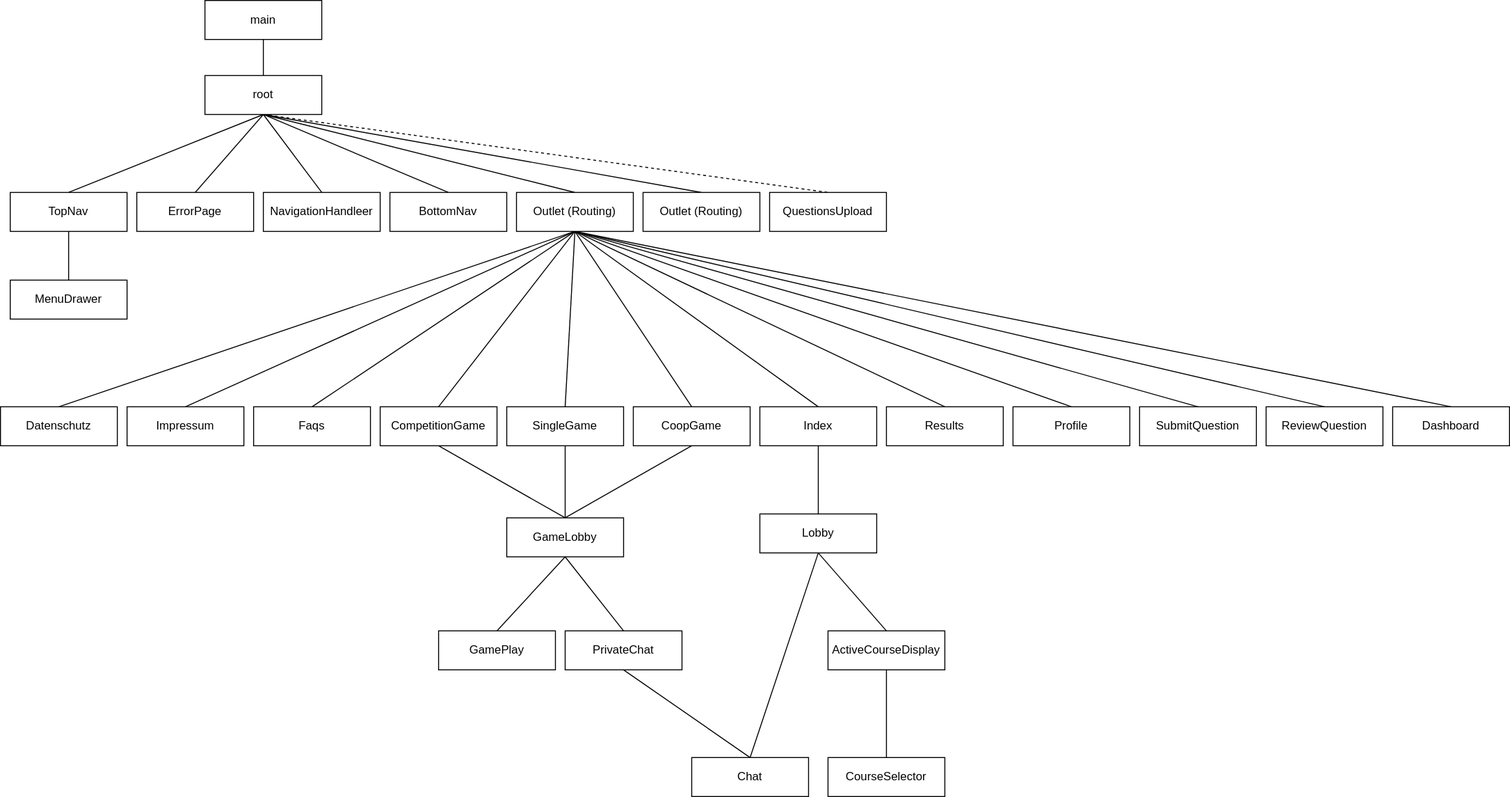
Above: Docs/components.drawio.svg in A-Gruber-IU/ISEF01-Quiz (draw.io), before the change. Source tidied: cells renumbered, new cells last; positions are measured from the earlier drawing's top-left corner, leaving out a move shared by most shapes. Source of this version:
```xml
<mxGraphModel background="#ffffff">
  <root>
    <mxCell id="0" />
    <mxCell id="1" parent="0" />
    <mxCell id="2" style="edgeStyle=none;html=1;exitX=0.5;exitY=1;exitDx=0;exitDy=0;entryX=0.5;entryY=0;entryDx=0;entryDy=0;endArrow=none;endFill=0;" parent="1" edge="1" source="25" target="27">
      <mxGeometry relative="1" as="geometry" />
    </mxCell>
    <mxCell id="3" value="NavigationHandleer" style="rounded=0;whiteSpace=wrap;html=1;" parent="1" vertex="1">
      <mxGeometry x="270" y="197" width="120" height="40" as="geometry" />
    </mxCell>
    <mxCell id="4" style="edgeStyle=none;html=1;exitX=0.5;exitY=1;exitDx=0;exitDy=0;entryX=0.5;entryY=0;entryDx=0;entryDy=0;endArrow=none;endFill=0;" parent="1" edge="1" source="11" target="3">
      <mxGeometry relative="1" as="geometry" />
    </mxCell>
    <mxCell id="5" style="edgeStyle=none;html=1;exitX=0.5;exitY=1;exitDx=0;exitDy=0;entryX=0.5;entryY=0;entryDx=0;entryDy=0;endArrow=none;endFill=0;" parent="1" edge="1" source="11" target="13">
      <mxGeometry relative="1" as="geometry" />
    </mxCell>
    <mxCell id="6" style="edgeStyle=none;html=1;exitX=0.5;exitY=1;exitDx=0;exitDy=0;entryX=0.5;entryY=0;entryDx=0;entryDy=0;endArrow=none;endFill=0;" parent="1" edge="1" source="11" target="25">
      <mxGeometry relative="1" as="geometry" />
    </mxCell>
    <mxCell id="7" style="edgeStyle=none;html=1;exitX=0.5;exitY=1;exitDx=0;exitDy=0;entryX=0.5;entryY=0;entryDx=0;entryDy=0;endArrow=none;endFill=0;" parent="1" edge="1" source="11" target="14">
      <mxGeometry relative="1" as="geometry" />
    </mxCell>
    <mxCell id="8" style="edgeStyle=none;html=1;exitX=0.5;exitY=1;exitDx=0;exitDy=0;entryX=0.5;entryY=0;entryDx=0;entryDy=0;endArrow=none;endFill=0;dashed=1;" parent="1" edge="1" source="11" target="50">
      <mxGeometry relative="1" as="geometry" />
    </mxCell>
    <mxCell id="9" style="edgeStyle=none;html=1;exitX=0.5;exitY=1;exitDx=0;exitDy=0;entryX=0.5;entryY=0;entryDx=0;entryDy=0;endArrow=none;endFill=0;" parent="1" edge="1" source="11" target="57">
      <mxGeometry relative="1" as="geometry" />
    </mxCell>
    <mxCell id="10" style="edgeStyle=none;html=1;exitX=0.5;exitY=1;exitDx=0;exitDy=0;entryX=0.5;entryY=0;entryDx=0;entryDy=0;endArrow=none;endFill=0;" parent="1" edge="1" source="11" target="61">
      <mxGeometry relative="1" as="geometry" />
    </mxCell>
    <mxCell id="11" value="root" style="rounded=0;whiteSpace=wrap;html=1;" parent="1" vertex="1">
      <mxGeometry x="210" y="77" width="120" height="40" as="geometry" />
    </mxCell>
    <mxCell id="12" style="edgeStyle=none;html=1;exitX=0.5;exitY=1;exitDx=0;exitDy=0;entryX=0.5;entryY=0;entryDx=0;entryDy=0;endArrow=none;endFill=0;" parent="1" edge="1" source="13" target="58">
      <mxGeometry relative="1" as="geometry" />
    </mxCell>
    <mxCell id="13" value="TopNav" style="rounded=0;whiteSpace=wrap;html=1;" parent="1" vertex="1">
      <mxGeometry x="10" y="197" width="120" height="40" as="geometry" />
    </mxCell>
    <mxCell id="14" value="BottomNav" style="rounded=0;whiteSpace=wrap;html=1;" parent="1" vertex="1">
      <mxGeometry x="400" y="197" width="120" height="40" as="geometry" />
    </mxCell>
    <mxCell id="15" style="edgeStyle=none;html=1;exitX=0.5;exitY=1;exitDx=0;exitDy=0;entryX=0.5;entryY=0;entryDx=0;entryDy=0;endArrow=none;endFill=0;" parent="1" edge="1" source="25" target="34">
      <mxGeometry relative="1" as="geometry" />
    </mxCell>
    <mxCell id="16" style="edgeStyle=none;html=1;exitX=0.5;exitY=1;exitDx=0;exitDy=0;entryX=0.5;entryY=0;entryDx=0;entryDy=0;endArrow=none;endFill=0;" parent="1" edge="1" source="25" target="35">
      <mxGeometry relative="1" as="geometry" />
    </mxCell>
    <mxCell id="17" style="edgeStyle=none;html=1;exitX=0.5;exitY=1;exitDx=0;exitDy=0;entryX=0.5;entryY=0;entryDx=0;entryDy=0;endArrow=none;endFill=0;" parent="1" edge="1" source="25" target="38">
      <mxGeometry relative="1" as="geometry" />
    </mxCell>
    <mxCell id="18" style="edgeStyle=none;html=1;exitX=0.5;exitY=1;exitDx=0;exitDy=0;entryX=0.5;entryY=0;entryDx=0;entryDy=0;endArrow=none;endFill=0;" parent="1" edge="1" source="25" target="39">
      <mxGeometry relative="1" as="geometry" />
    </mxCell>
    <mxCell id="19" style="edgeStyle=none;html=1;exitX=0.5;exitY=1;exitDx=0;exitDy=0;entryX=0.5;entryY=0;entryDx=0;entryDy=0;endArrow=none;endFill=0;" parent="1" edge="1" source="25" target="40">
      <mxGeometry relative="1" as="geometry" />
    </mxCell>
    <mxCell id="20" style="edgeStyle=none;html=1;exitX=0.5;exitY=1;exitDx=0;exitDy=0;entryX=0.5;entryY=0;entryDx=0;entryDy=0;endArrow=none;endFill=0;" parent="1" edge="1" source="25" target="41">
      <mxGeometry relative="1" as="geometry" />
    </mxCell>
    <mxCell id="21" style="edgeStyle=none;html=1;exitX=0.5;exitY=1;exitDx=0;exitDy=0;entryX=0.5;entryY=0;entryDx=0;entryDy=0;endArrow=none;endFill=0;" parent="1" edge="1" source="25" target="45">
      <mxGeometry relative="1" as="geometry" />
    </mxCell>
    <mxCell id="22" style="edgeStyle=none;html=1;exitX=0.5;exitY=1;exitDx=0;exitDy=0;entryX=0.5;entryY=0;entryDx=0;entryDy=0;endArrow=none;endFill=0;startArrow=none;" parent="1" edge="1" source="25" target="49">
      <mxGeometry relative="1" as="geometry" />
    </mxCell>
    <mxCell id="23" style="edgeStyle=none;html=1;exitX=0.5;exitY=1;exitDx=0;exitDy=0;entryX=0.5;entryY=0;entryDx=0;entryDy=0;endArrow=none;endFill=0;" parent="1" edge="1" source="25" target="43">
      <mxGeometry relative="1" as="geometry" />
    </mxCell>
    <mxCell id="24" style="edgeStyle=none;html=1;exitX=0.5;exitY=1;exitDx=0;exitDy=0;entryX=0.5;entryY=0;entryDx=0;entryDy=0;endArrow=none;endFill=0;" parent="1" edge="1" source="25" target="47">
      <mxGeometry relative="1" as="geometry" />
    </mxCell>
    <mxCell id="25" value="Outlet (Routing)" style="rounded=0;whiteSpace=wrap;html=1;" parent="1" vertex="1">
      <mxGeometry x="530" y="197" width="120" height="40" as="geometry" />
    </mxCell>
    <mxCell id="26" style="edgeStyle=none;html=1;exitX=0.5;exitY=1;exitDx=0;exitDy=0;entryX=0.5;entryY=0;entryDx=0;entryDy=0;endArrow=none;endFill=0;" parent="1" edge="1" source="27" target="30">
      <mxGeometry relative="1" as="geometry" />
    </mxCell>
    <mxCell id="27" value="Index" style="rounded=0;whiteSpace=wrap;html=1;" parent="1" vertex="1">
      <mxGeometry x="780" y="417" width="120" height="40" as="geometry" />
    </mxCell>
    <mxCell id="28" style="edgeStyle=none;html=1;exitX=0.5;exitY=1;exitDx=0;exitDy=0;entryX=0.5;entryY=0;entryDx=0;entryDy=0;endArrow=none;endFill=0;" parent="1" edge="1" source="30" target="32">
      <mxGeometry relative="1" as="geometry" />
    </mxCell>
    <mxCell id="29" style="edgeStyle=none;html=1;exitX=0.5;exitY=1;exitDx=0;exitDy=0;entryX=0.5;entryY=0;entryDx=0;entryDy=0;endArrow=none;endFill=0;" parent="1" edge="1" source="30" target="44">
      <mxGeometry relative="1" as="geometry" />
    </mxCell>
    <mxCell id="30" value="Lobby" style="rounded=0;whiteSpace=wrap;html=1;" parent="1" vertex="1">
      <mxGeometry x="780" y="527" width="120" height="40" as="geometry" />
    </mxCell>
    <mxCell id="31" style="edgeStyle=none;html=1;exitX=0.5;exitY=1;exitDx=0;exitDy=0;entryX=0.5;entryY=0;entryDx=0;entryDy=0;endArrow=none;endFill=0;" parent="1" edge="1" source="32" target="33">
      <mxGeometry relative="1" as="geometry" />
    </mxCell>
    <mxCell id="32" value="ActiveCourseDisplay" style="rounded=0;whiteSpace=wrap;html=1;" parent="1" vertex="1">
      <mxGeometry x="850" y="647" width="120" height="40" as="geometry" />
    </mxCell>
    <mxCell id="33" value="CourseSelector" style="rounded=0;whiteSpace=wrap;html=1;" parent="1" vertex="1">
      <mxGeometry x="850" y="777" width="120" height="40" as="geometry" />
    </mxCell>
    <mxCell id="34" value="SubmitQuestion" style="rounded=0;whiteSpace=wrap;html=1;" parent="1" vertex="1">
      <mxGeometry x="1170" y="417" width="120" height="40" as="geometry" />
    </mxCell>
    <mxCell id="35" value="ReviewQuestion" style="rounded=0;whiteSpace=wrap;html=1;" parent="1" vertex="1">
      <mxGeometry x="1300" y="417" width="120" height="40" as="geometry" />
    </mxCell>
    <mxCell id="36" style="edgeStyle=none;html=1;exitX=0.5;exitY=0;exitDx=0;exitDy=0;entryX=0.5;entryY=1;entryDx=0;entryDy=0;endArrow=none;endFill=0;" parent="1" edge="1" source="37" target="25">
      <mxGeometry relative="1" as="geometry" />
    </mxCell>
    <mxCell id="37" value="Impressum" style="rounded=0;whiteSpace=wrap;html=1;" parent="1" vertex="1">
      <mxGeometry x="130" y="417" width="120" height="40" as="geometry" />
    </mxCell>
    <mxCell id="38" value="Datenschutz" style="rounded=0;whiteSpace=wrap;html=1;" parent="1" vertex="1">
      <mxGeometry y="417" width="120" height="40" as="geometry" />
    </mxCell>
    <mxCell id="39" value="Faqs" style="rounded=0;whiteSpace=wrap;html=1;" parent="1" vertex="1">
      <mxGeometry x="260" y="417" width="120" height="40" as="geometry" />
    </mxCell>
    <mxCell id="40" value="Results" style="rounded=0;whiteSpace=wrap;html=1;" parent="1" vertex="1">
      <mxGeometry x="910" y="417" width="120" height="40" as="geometry" />
    </mxCell>
    <mxCell id="41" value="Profile" style="rounded=0;whiteSpace=wrap;html=1;" parent="1" vertex="1">
      <mxGeometry x="1040" y="417" width="120" height="40" as="geometry" />
    </mxCell>
    <mxCell id="42" style="edgeStyle=none;html=1;exitX=0.5;exitY=1;exitDx=0;exitDy=0;entryX=0.5;entryY=0;entryDx=0;entryDy=0;endArrow=none;endFill=0;" parent="1" edge="1" source="43" target="53">
      <mxGeometry relative="1" as="geometry" />
    </mxCell>
    <mxCell id="43" value="SingleGame" style="rounded=0;whiteSpace=wrap;html=1;" parent="1" vertex="1">
      <mxGeometry x="520" y="417" width="120" height="40" as="geometry" />
    </mxCell>
    <mxCell id="44" value="Chat" style="rounded=0;whiteSpace=wrap;html=1;" parent="1" vertex="1">
      <mxGeometry x="710" y="777" width="120" height="40" as="geometry" />
    </mxCell>
    <mxCell id="45" value="Dashboard" style="rounded=0;whiteSpace=wrap;html=1;" parent="1" vertex="1">
      <mxGeometry x="1430" y="417" width="120" height="40" as="geometry" />
    </mxCell>
    <mxCell id="46" style="edgeStyle=none;html=1;exitX=0.5;exitY=1;exitDx=0;exitDy=0;endArrow=none;endFill=0;entryX=0.5;entryY=0;entryDx=0;entryDy=0;" parent="1" edge="1" source="47" target="53">
      <mxGeometry relative="1" as="geometry" />
    </mxCell>
    <mxCell id="47" value="CoopGame" style="rounded=0;whiteSpace=wrap;html=1;" parent="1" vertex="1">
      <mxGeometry x="650" y="417" width="120" height="40" as="geometry" />
    </mxCell>
    <mxCell id="48" style="edgeStyle=none;html=1;exitX=0.5;exitY=1;exitDx=0;exitDy=0;entryX=0.5;entryY=0;entryDx=0;entryDy=0;endArrow=none;endFill=0;" parent="1" edge="1" source="49" target="53">
      <mxGeometry relative="1" as="geometry" />
    </mxCell>
    <mxCell id="49" value="CompetitionGame" style="rounded=0;whiteSpace=wrap;html=1;" parent="1" vertex="1">
      <mxGeometry x="390" y="417" width="120" height="40" as="geometry" />
    </mxCell>
    <mxCell id="50" value="QuestionsUpload" style="rounded=0;whiteSpace=wrap;html=1;" parent="1" vertex="1">
      <mxGeometry x="790" y="197" width="120" height="40" as="geometry" />
    </mxCell>
    <mxCell id="51" style="edgeStyle=none;html=1;exitX=0.5;exitY=1;exitDx=0;exitDy=0;entryX=0.5;entryY=0;entryDx=0;entryDy=0;endArrow=none;endFill=0;" parent="1" edge="1" source="53" target="56">
      <mxGeometry relative="1" as="geometry" />
    </mxCell>
    <mxCell id="52" style="edgeStyle=none;html=1;exitX=0.5;exitY=1;exitDx=0;exitDy=0;entryX=0.5;entryY=0;entryDx=0;entryDy=0;endArrow=none;endFill=0;" parent="1" edge="1" source="53" target="54">
      <mxGeometry relative="1" as="geometry" />
    </mxCell>
    <mxCell id="53" value="GameLobby" style="rounded=0;whiteSpace=wrap;html=1;" parent="1" vertex="1">
      <mxGeometry x="520" y="531" width="120" height="40" as="geometry" />
    </mxCell>
    <mxCell id="54" value="GamePlay" style="rounded=0;whiteSpace=wrap;html=1;" parent="1" vertex="1">
      <mxGeometry x="450" y="647" width="120" height="40" as="geometry" />
    </mxCell>
    <mxCell id="55" style="edgeStyle=none;html=1;exitX=0.5;exitY=1;exitDx=0;exitDy=0;entryX=0.5;entryY=0;entryDx=0;entryDy=0;endArrow=none;endFill=0;" parent="1" edge="1" source="56" target="44">
      <mxGeometry relative="1" as="geometry" />
    </mxCell>
    <mxCell id="56" value="PrivateChat" style="rounded=0;whiteSpace=wrap;html=1;" parent="1" vertex="1">
      <mxGeometry x="580" y="647" width="120" height="40" as="geometry" />
    </mxCell>
    <mxCell id="57" value="ErrorPage" style="rounded=0;whiteSpace=wrap;html=1;" parent="1" vertex="1">
      <mxGeometry x="140" y="197" width="120" height="40" as="geometry" />
    </mxCell>
    <mxCell id="58" value="MenuDrawer" style="rounded=0;whiteSpace=wrap;html=1;" parent="1" vertex="1">
      <mxGeometry x="10" y="287" width="120" height="40" as="geometry" />
    </mxCell>
    <mxCell id="59" style="edgeStyle=none;html=1;exitX=0.5;exitY=1;exitDx=0;exitDy=0;entryX=0.5;entryY=0;entryDx=0;entryDy=0;endArrow=none;endFill=0;" parent="1" edge="1" source="60" target="11">
      <mxGeometry relative="1" as="geometry" />
    </mxCell>
    <mxCell id="60" value="main" style="rounded=0;whiteSpace=wrap;html=1;" parent="1" vertex="1">
      <mxGeometry x="210" width="120" height="40" as="geometry" />
    </mxCell>
    <mxCell id="61" value="Outlet (Routing)" style="rounded=0;whiteSpace=wrap;html=1;" parent="1" vertex="1">
      <mxGeometry x="660" y="197" width="120" height="40" as="geometry" />
    </mxCell>
  </root>
</mxGraphModel>
```
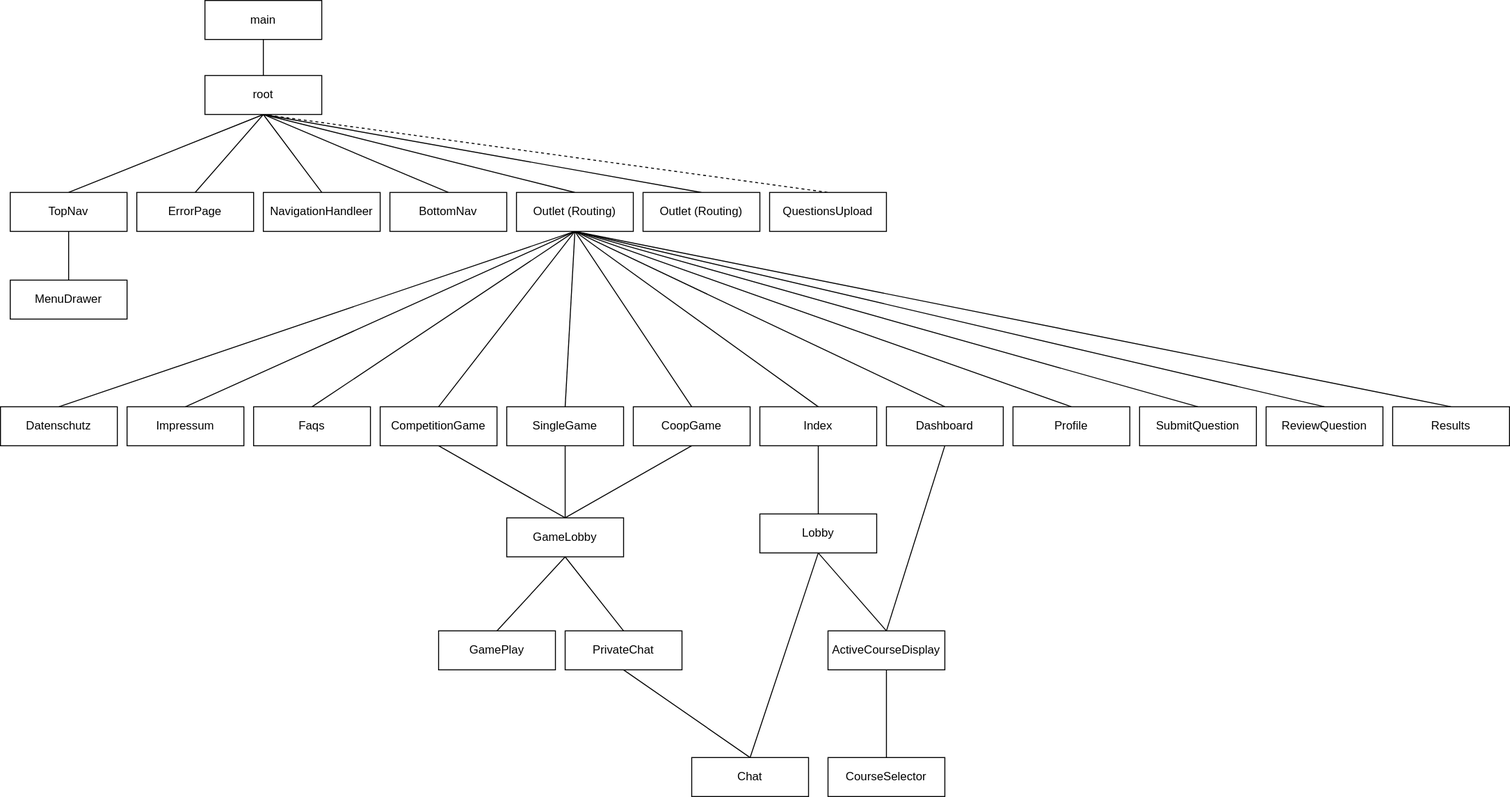
After the change.

What changed in the source:
```diff
@@ -117,7 +117,7 @@
       <mxGeometry x="260" y="417" width="120" height="40" as="geometry" />
     </mxCell>
     <mxCell id="40" value="Results" style="rounded=0;whiteSpace=wrap;html=1;" parent="1" vertex="1">
-      <mxGeometry x="910" y="417" width="120" height="40" as="geometry" />
+      <mxGeometry x="1430" y="417" width="120" height="40" as="geometry" />
     </mxCell>
     <mxCell id="41" value="Profile" style="rounded=0;whiteSpace=wrap;html=1;" parent="1" vertex="1">
       <mxGeometry x="1040" y="417" width="120" height="40" as="geometry" />
@@ -131,8 +131,11 @@
     <mxCell id="44" value="Chat" style="rounded=0;whiteSpace=wrap;html=1;" parent="1" vertex="1">
       <mxGeometry x="710" y="777" width="120" height="40" as="geometry" />
     </mxCell>
+    <mxCell id="62" style="edgeStyle=none;html=1;exitX=0.5;exitY=1;exitDx=0;exitDy=0;entryX=0.5;entryY=0;entryDx=0;entryDy=0;endArrow=none;endFill=0;" parent="1" edge="1" source="45" target="32">
+      <mxGeometry relative="1" as="geometry" />
+    </mxCell>
     <mxCell id="45" value="Dashboard" style="rounded=0;whiteSpace=wrap;html=1;" parent="1" vertex="1">
-      <mxGeometry x="1430" y="417" width="120" height="40" as="geometry" />
+      <mxGeometry x="910" y="417" width="120" height="40" as="geometry" />
     </mxCell>
     <mxCell id="46" style="edgeStyle=none;html=1;exitX=0.5;exitY=1;exitDx=0;exitDy=0;endArrow=none;endFill=0;entryX=0.5;entryY=0;entryDx=0;entryDy=0;" parent="1" edge="1" source="47" target="53">
       <mxGeometry relative="1" as="geometry" />
```
